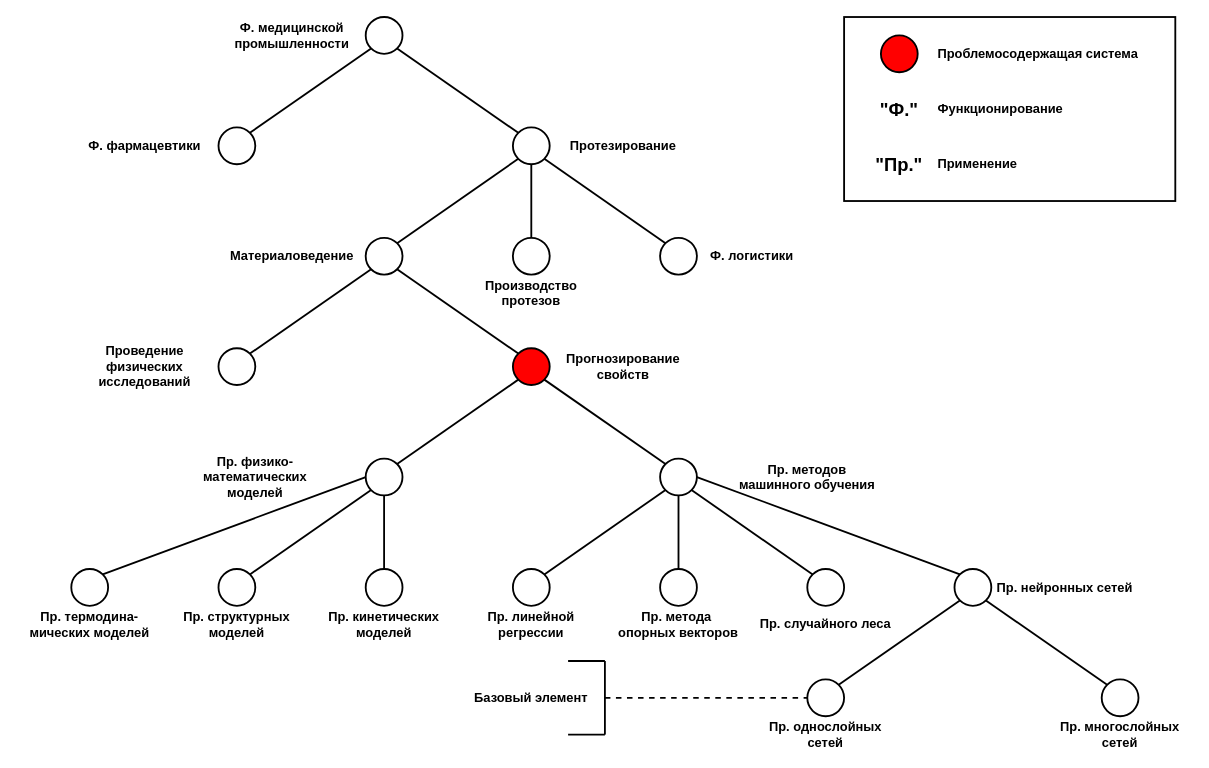
This is page "3: 4 (Структура системы)" (4 of 4) of СА, практические работы/СА, п.р., отчеты/Системный анализ, п.р., схемы.drawio from Cyber-Limon/Systems_analysis___UUST, a draw.io file, before an edit. Source tidied: cells renumbered, new cells numbered last; positions are measured from the earlier drawing's top-left corner, leaving out a move shared by most shapes. Both pictures are drawn from the tidied source at 92%, with x=0, y=0 at pixel (16, 17).
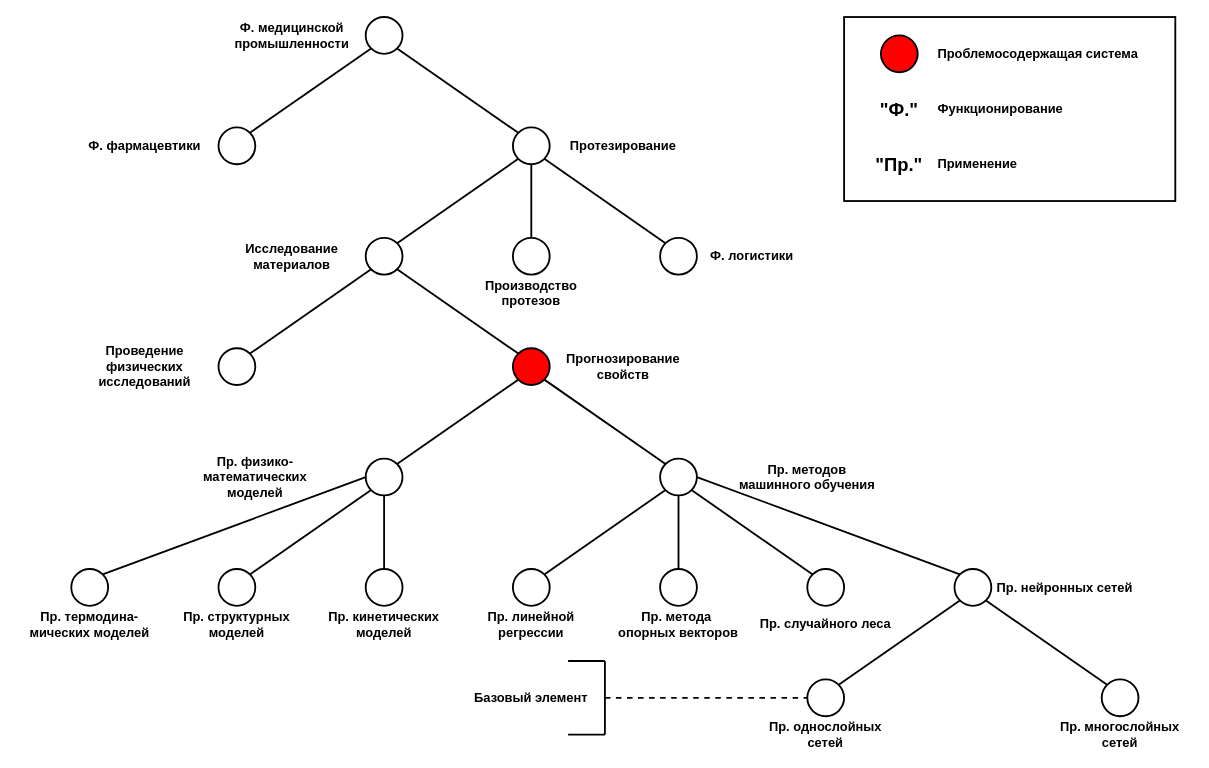
The same page after the edit.

Change to the diagram source:
```diff
@@
-    <mxCell id="15" value="Материаловедение" style="text;html=1;whiteSpace=wrap;strokeColor=none;fillColor=none;align=center;verticalAlign=middle;rounded=0;fontSize=14;fontStyle=1;labelBackgroundColor=none;" parent="1" vertex="1">
+    <mxCell id="15" value="Исследование материалов" style="text;html=1;whiteSpace=wrap;strokeColor=none;fillColor=none;align=center;verticalAlign=middle;rounded=0;fontSize=14;fontStyle=1;labelBackgroundColor=none;" parent="1" vertex="1">
       <mxGeometry x="220" y="240" width="160" height="40" as="geometry" />
     </mxCell>
```
